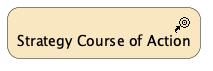
Above: doc/elements/strategy-course-of-action.plantuml.png in SixArm/archimate-examples (PlantUML), before the change. The source it was exported from:
```plantuml
@startuml
!include <archimate/Archimate>
Strategy_CourseOfAction(SA_01, "Strategy Course of Action")
@enduml
```
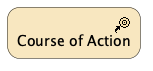
After the change.

What changed in the source:
```diff
@@ -1,4 +1,4 @@
 @startuml
 !include <archimate/Archimate>
-Strategy_CourseOfAction(SA_01, "Strategy Course of Action")
+Strategy_CourseOfAction(CourseOfAction, "Course of Action")
 @enduml
```
